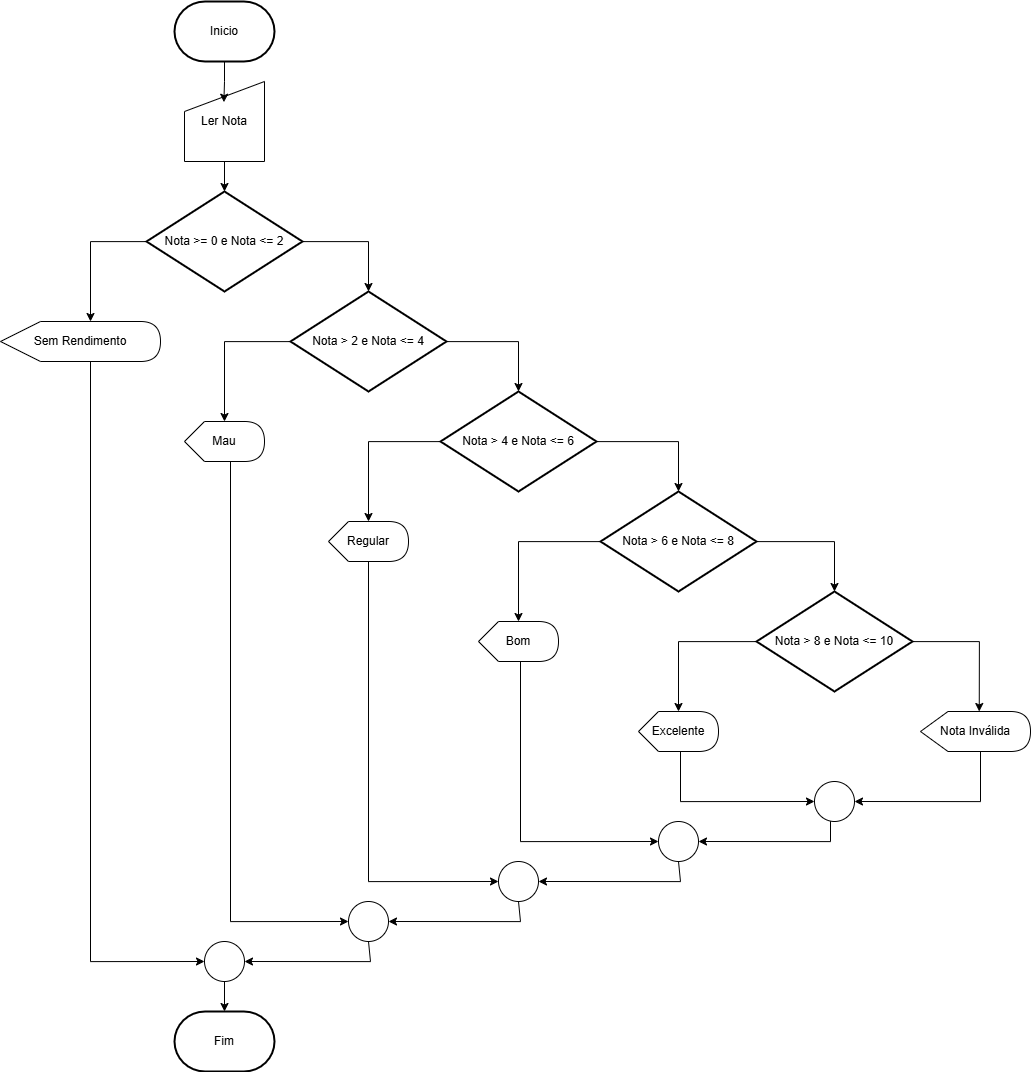
Before: Diagramas/exercicios24.drawio.png, a diagram exported from draw.io (andrew-cdia/algoritmos-lista1). Source tidied: cells renumbered, new cells last; positions are measured from the earlier drawing's top-left corner, leaving out a move shared by most shapes.
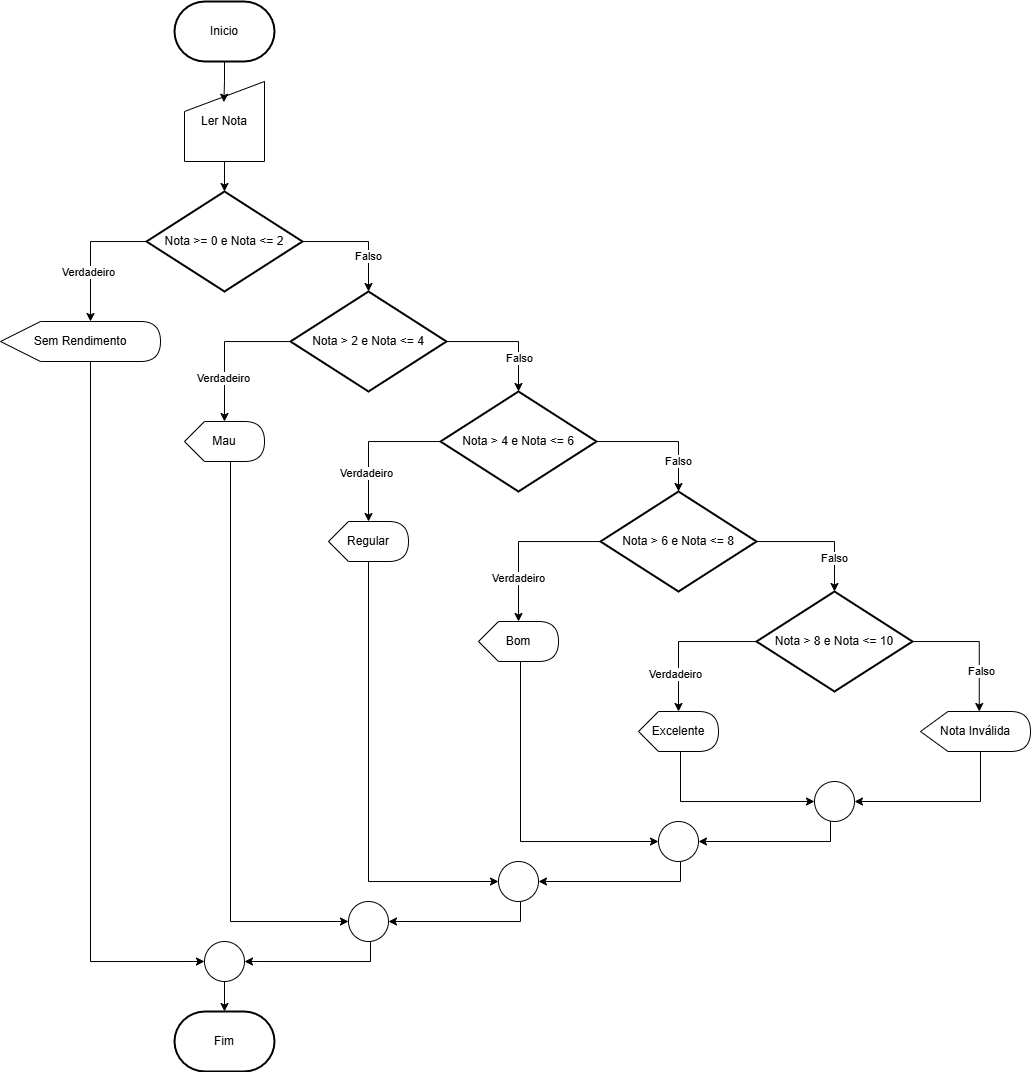
The same file after the commit.

What changed in the source:
```diff
@@ -18,6 +18,9 @@
         </Array>
       </mxGeometry>
     </mxCell>
+    <mxCell id="44" value="Falso" style="edgeLabel;html=1;align=center;verticalAlign=middle;" parent="5" vertex="1">
+      <mxGeometry x="0.39" relative="1" as="geometry" />
+    </mxCell>
     <mxCell id="6" value="Nota &amp;gt;= 0 e Nota &amp;lt;= 2" style="strokeWidth=2;html=1;shape=mxgraph.flowchart.decision;whiteSpace=wrap;" parent="1" vertex="1">
       <mxGeometry x="146" y="190" width="156" height="100" as="geometry" />
     </mxCell>
@@ -96,6 +99,9 @@
     <mxCell id="23" style="edgeStyle=orthogonalEdgeStyle;rounded=0;jettySize=auto;html=1;entryX=0;entryY=0;entryDx=40;entryDy=0;entryPerimeter=0;" parent="1" edge="1" source="10" target="20">
       <mxGeometry relative="1" as="geometry" />
     </mxCell>
+    <mxCell id="45" value="Verdadeiro" style="edgeLabel;html=1;align=center;verticalAlign=middle;" parent="23" vertex="1">
+      <mxGeometry x="0.49" y="-3" relative="1" as="geometry" />
+    </mxCell>
     <mxCell id="24" style="edgeStyle=orthogonalEdgeStyle;rounded=0;jettySize=auto;html=1;entryX=0.5;entryY=0;entryDx=0;entryDy=0;entryPerimeter=0;" parent="1" edge="1" source="9" target="10">
       <mxGeometry relative="1" as="geometry">
         <Array as="points">
@@ -103,9 +109,15 @@
         </Array>
       </mxGeometry>
     </mxCell>
+    <mxCell id="46" value="Falso" style="edgeLabel;html=1;align=center;verticalAlign=middle;" parent="24" vertex="1">
+      <mxGeometry x="0.48" relative="1" as="geometry" />
+    </mxCell>
     <mxCell id="25" style="edgeStyle=orthogonalEdgeStyle;rounded=0;jettySize=auto;html=1;entryX=0;entryY=0;entryDx=40;entryDy=0;entryPerimeter=0;" parent="1" edge="1" source="9" target="18">
       <mxGeometry relative="1" as="geometry" />
     </mxCell>
+    <mxCell id="47" value="Verdadeiro" style="edgeLabel;html=1;align=center;verticalAlign=middle;" parent="25" vertex="1">
+      <mxGeometry x="0.46" relative="1" as="geometry" />
+    </mxCell>
     <mxCell id="26" style="edgeStyle=orthogonalEdgeStyle;rounded=0;jettySize=auto;html=1;entryX=1;entryY=0.5;entryDx=0;entryDy=0;" parent="1" edge="1" source="27" target="29">
       <mxGeometry relative="1" as="geometry">
         <Array as="points">
@@ -129,12 +141,21 @@
     <mxCell id="30" style="edgeStyle=orthogonalEdgeStyle;rounded=0;jettySize=auto;html=1;entryX=0;entryY=0;entryDx=40;entryDy=0;entryPerimeter=0;" parent="1" edge="1" source="8" target="16">
       <mxGeometry relative="1" as="geometry" />
     </mxCell>
+    <mxCell id="48" value="Verdadeiro" style="edgeLabel;html=1;align=center;verticalAlign=middle;" parent="30" vertex="1">
+      <mxGeometry x="0.36" y="-2" relative="1" as="geometry" />
+    </mxCell>
     <mxCell id="31" style="edgeStyle=orthogonalEdgeStyle;rounded=0;jettySize=auto;html=1;entryX=0.5;entryY=0;entryDx=0;entryDy=0;entryPerimeter=0;" parent="1" edge="1" source="8" target="9">
       <mxGeometry relative="1" as="geometry" />
     </mxCell>
+    <mxCell id="49" value="Falso" style="edgeLabel;html=1;align=center;verticalAlign=middle;" parent="31" vertex="1">
+      <mxGeometry x="0.54" relative="1" as="geometry" />
+    </mxCell>
     <mxCell id="32" style="edgeStyle=orthogonalEdgeStyle;rounded=0;jettySize=auto;html=1;entryX=0;entryY=0;entryDx=40;entryDy=0;entryPerimeter=0;" parent="1" edge="1" source="7" target="14">
       <mxGeometry relative="1" as="geometry" />
     </mxCell>
+    <mxCell id="50" value="Verdadeiro" style="edgeLabel;html=1;align=center;verticalAlign=middle;" parent="32" vertex="1">
+      <mxGeometry x="0.41" y="-1" relative="1" as="geometry" />
+    </mxCell>
     <mxCell id="33" style="edgeStyle=orthogonalEdgeStyle;rounded=0;jettySize=auto;html=1;entryX=0.5;entryY=0;entryDx=0;entryDy=0;entryPerimeter=0;" parent="1" edge="1" source="7" target="8">
       <mxGeometry relative="1" as="geometry">
         <Array as="points">
@@ -142,6 +163,9 @@
         </Array>
       </mxGeometry>
     </mxCell>
+    <mxCell id="51" value="Falso" style="edgeLabel;html=1;align=center;verticalAlign=middle;" parent="33" vertex="1">
+      <mxGeometry x="0.45" y="1" relative="1" as="geometry" />
+    </mxCell>
     <mxCell id="34" style="edgeStyle=orthogonalEdgeStyle;rounded=0;jettySize=auto;html=1;entryX=1;entryY=0.5;entryDx=0;entryDy=0;" parent="1" edge="1" source="35" target="37">
       <mxGeometry relative="1" as="geometry">
         <Array as="points">
@@ -159,6 +183,9 @@
         </Array>
       </mxGeometry>
     </mxCell>
+    <mxCell id="52" value="Verdadeiro" style="edgeLabel;html=1;align=center;verticalAlign=middle;" parent="36" vertex="1">
+      <mxGeometry x="0.27" y="-2" relative="1" as="geometry" />
+    </mxCell>
     <mxCell id="37" style="ellipse;whiteSpace=wrap;html=1;" parent="1" vertex="1">
       <mxGeometry x="204" y="940" width="40" height="40" as="geometry" />
     </mxCell>
@@ -181,6 +208,9 @@
     <mxCell id="42" style="edgeStyle=orthogonalEdgeStyle;rounded=0;jettySize=auto;html=1;entryX=0;entryY=0;entryDx=58.75;entryDy=0;entryPerimeter=0;" parent="1" edge="1" source="10" target="41">
       <mxGeometry relative="1" as="geometry" />
     </mxCell>
+    <mxCell id="53" value="Falso" style="edgeLabel;html=1;align=center;verticalAlign=middle;" parent="42" vertex="1">
+      <mxGeometry x="0.41" y="2" relative="1" as="geometry" />
+    </mxCell>
     <mxCell id="43" style="edgeStyle=orthogonalEdgeStyle;rounded=0;jettySize=auto;html=1;entryX=0.5;entryY=0;entryDx=0;entryDy=0;entryPerimeter=0;" parent="1" edge="1" source="37" target="2">
       <mxGeometry relative="1" as="geometry" />
     </mxCell>
```
